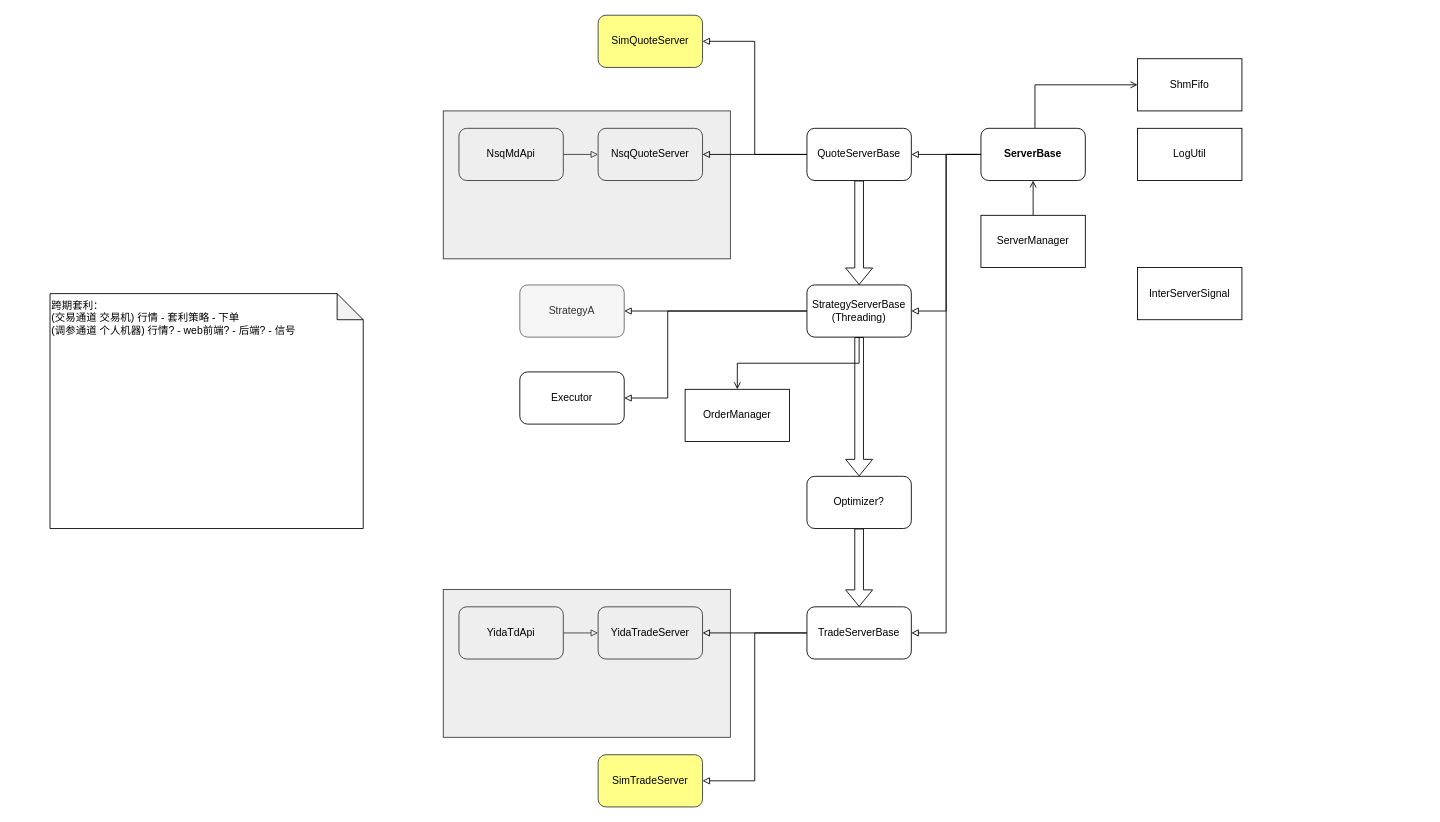
This is page "Framework" (1 of 2) of hft_framework.drawio from mistyeye11/drawio, a draw.io file, before an edit. Source tidied: cells renumbered, new cells numbered last; positions are measured from the earlier drawing's top-left corner, leaving out a move shared by most shapes. Both pictures are drawn from the tidied source at 87%, with x=0, y=0 at pixel (50, 15).
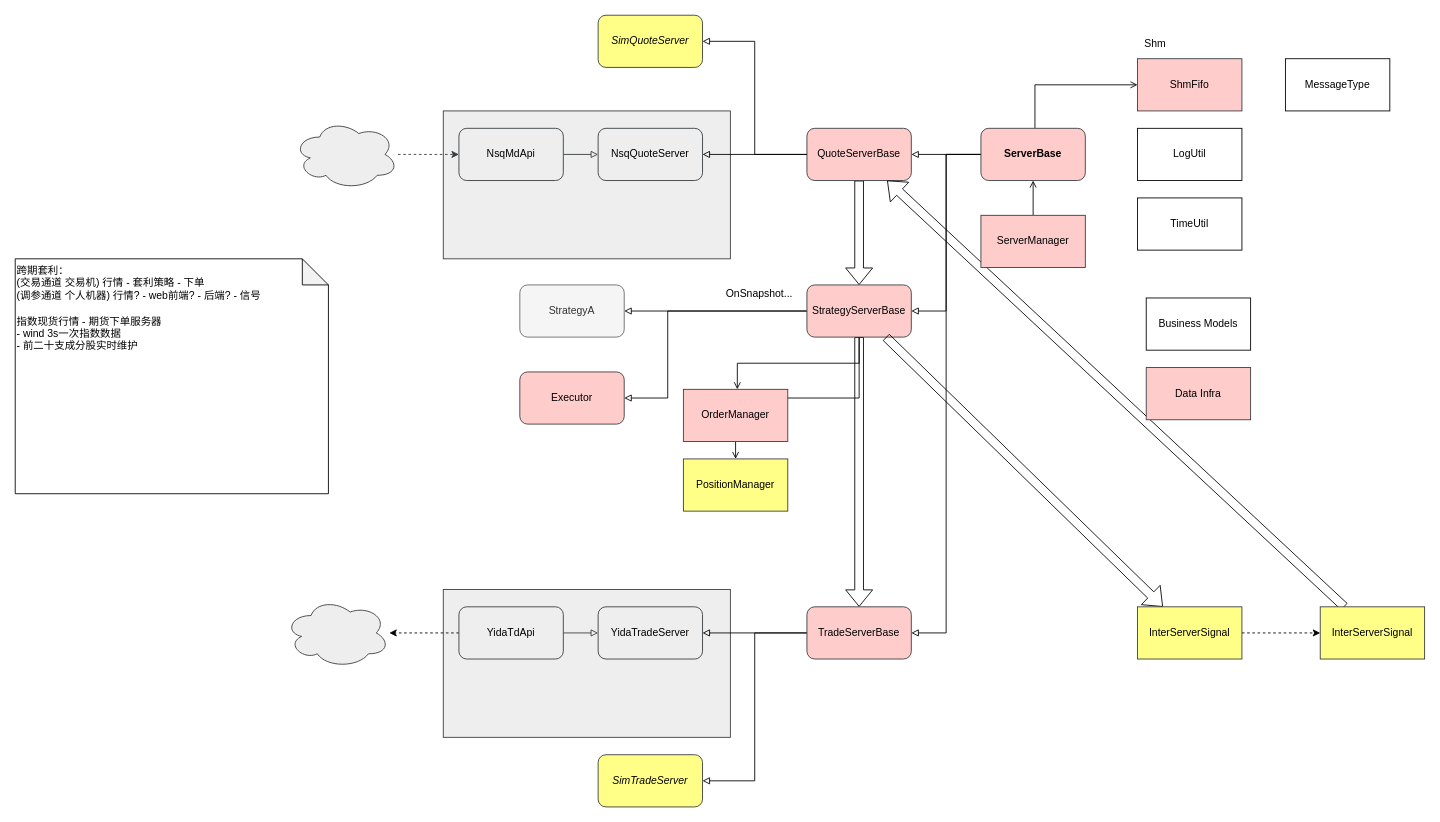
Above is the later version.

The change refers to these unchanged cells:
```xml
<mxCell id="6" value="NsqMdApi" style="rounded=1;whiteSpace=wrap;html=1;fillColor=#eeeeee;strokeColor=#36393d;" parent="1" vertex="1">
  <mxGeometry x="470" y="130" width="120" height="60" as="geometry" />
</mxCell>
<mxCell id="35" value="YidaTdApi" style="rounded=1;whiteSpace=wrap;html=1;fillColor=#eeeeee;strokeColor=#36393d;" parent="1" vertex="1">
  <mxGeometry x="470" y="680" width="120" height="60" as="geometry" />
</mxCell>
```

Change to the diagram source:
```diff
@@
+    <mxCell id="40" style="edgeStyle=orthogonalEdgeStyle;rounded=0;jettySize=auto;html=1;dashed=1;" parent="1" edge="1" source="35" target="53">
+      <mxGeometry relative="1" as="geometry" />
+    </mxCell>
@@
-    <mxCell id="4" value="ShmFifo" style="rounded=0;whiteSpace=wrap;html=1;" parent="1" vertex="1">
+    <mxCell id="4" value="ShmFifo" style="rounded=0;whiteSpace=wrap;html=1;fillColor=#ffcccc;strokeColor=#36393d;" parent="1" vertex="1">
       <mxGeometry x="1250" y="50" width="120" height="60" as="geometry" />
     </mxCell>
@@
-    <mxCell id="9" value="QuoteServerBase" style="rounded=1;whiteSpace=wrap;html=1;" parent="1" vertex="1">
+    <mxCell id="9" value="QuoteServerBase" style="rounded=1;whiteSpace=wrap;html=1;fillColor=#ffcccc;strokeColor=#36393d;" parent="1" vertex="1">
       <mxGeometry x="870" y="130" width="120" height="60" as="geometry" />
     </mxCell>
@@
-    <mxCell id="14" value="ServerBase" style="rounded=1;whiteSpace=wrap;html=1;fontStyle=1;" parent="1" vertex="1">
+    <mxCell id="14" value="ServerBase" style="rounded=1;whiteSpace=wrap;html=1;fontStyle=1;fillColor=#ffcccc;strokeColor=#36393d;" parent="1" vertex="1">
       <mxGeometry x="1070" y="130" width="120" height="60" as="geometry" />
     </mxCell>
@@
-    <mxCell id="19" style="edgeStyle=orthogonalEdgeStyle;rounded=0;jettySize=auto;html=1;exitX=0.5;exitY=1;exitDx=0;exitDy=0;shape=flexArrow;" parent="1" edge="1" source="20" target="31">
+    <mxCell id="19" style="edgeStyle=orthogonalEdgeStyle;rounded=0;jettySize=auto;html=1;exitX=0.5;exitY=1;exitDx=0;exitDy=0;shape=flexArrow;" parent="1" edge="1" source="20" target="26">
       <mxGeometry relative="1" as="geometry" />
     </mxCell>
+    <mxCell id="41" style="edgeStyle=orthogonalEdgeStyle;rounded=0;jettySize=auto;html=1;exitX=0.5;exitY=1;exitDx=0;exitDy=0;endArrow=open;endFill=0;" parent="1" edge="1" source="20" target="51">
+      <mxGeometry relative="1" as="geometry" />
+    </mxCell>
-    <mxCell id="20" value="StrategyServerBase&lt;div&gt;(Threading)&lt;/div&gt;" style="rounded=1;whiteSpace=wrap;html=1;" parent="1" vertex="1">
+    <mxCell id="20" value="StrategyServerBase" style="rounded=1;whiteSpace=wrap;html=1;fillColor=#ffcccc;strokeColor=#36393d;" parent="1" vertex="1">
       <mxGeometry x="870" y="310" width="120" height="60" as="geometry" />
     </mxCell>
@@
-    <mxCell id="23" value="Executor" style="rounded=1;whiteSpace=wrap;html=1;" parent="1" vertex="1">
+    <mxCell id="23" value="Executor" style="rounded=1;whiteSpace=wrap;html=1;fillColor=#ffcccc;strokeColor=#36393d;" parent="1" vertex="1">
       <mxGeometry x="540" y="410" width="120" height="60" as="geometry" />
     </mxCell>
@@
+    <mxCell id="42" style="rounded=0;jettySize=auto;html=1;shape=flexArrow;" parent="1" edge="1" source="20" target="32">
+      <mxGeometry relative="1" as="geometry" />
+    </mxCell>
-    <mxCell id="26" value="TradeServerBase" style="rounded=1;whiteSpace=wrap;html=1;" parent="1" vertex="1">
+    <mxCell id="26" value="TradeServerBase" style="rounded=1;whiteSpace=wrap;html=1;fillColor=#ffcccc;strokeColor=#36393d;" parent="1" vertex="1">
       <mxGeometry x="870" y="680" width="120" height="60" as="geometry" />
     </mxCell>
-    <mxCell id="27" value="跨期套利：&lt;div&gt;(交易通道 交易机) 行情 - 套利策略 - 下单&lt;/div&gt;&lt;div&gt;(调参通道 个人机器) 行情? - web前端? - 后端? - 信号&lt;/div&gt;&lt;div&gt;&lt;br&gt;&lt;/div&gt;&lt;div&gt;&lt;br&gt;&lt;/div&gt;" style="shape=note;whiteSpace=wrap;html=1;align=left;backgroundOutline=1;darkOpacity=0.05;verticalAlign=top;" parent="1" vertex="1">
-      <mxGeometry y="320" width="360" height="270" as="geometry" />
+    <mxCell id="27" value="跨期套利：&lt;div&gt;(交易通道 交易机) 行情 - 套利策略 - 下单&lt;/div&gt;&lt;div&gt;(调参通道 个人机器) 行情? - web前端? - 后端? - 信号&lt;/div&gt;&lt;div&gt;&lt;br&gt;&lt;/div&gt;&lt;div&gt;指数现货行情 - 期货下单服务器&lt;/div&gt;&lt;div&gt;- wind 3s一次指数数据&lt;/div&gt;&lt;div&gt;- 前二十支成分股实时维护&lt;/div&gt;" style="shape=note;whiteSpace=wrap;html=1;align=left;backgroundOutline=1;darkOpacity=0.05;verticalAlign=top;" parent="1" vertex="1">
+      <mxGeometry x="-40" y="280" width="360" height="270" as="geometry" />
     </mxCell>
-    <mxCell id="28" value="SimQuoteServer" style="rounded=1;whiteSpace=wrap;html=1;fillColor=#ffff88;strokeColor=#36393d;" parent="1" vertex="1">
+    <mxCell id="28" value="SimQuoteServer" style="rounded=1;whiteSpace=wrap;html=1;fillColor=#ffff88;strokeColor=#36393d;fontStyle=2;" parent="1" vertex="1">
       <mxGeometry x="630" width="120" height="60" as="geometry" />
     </mxCell>
@@
-    <mxCell id="30" style="edgeStyle=orthogonalEdgeStyle;rounded=0;jettySize=auto;html=1;shape=flexArrow;" parent="1" edge="1" source="31" target="26">
-      <mxGeometry relative="1" as="geometry" />
-    </mxCell>
-    <mxCell id="31" value="Optimizer?" style="rounded=1;whiteSpace=wrap;html=1;" parent="1" vertex="1">
-      <mxGeometry x="870" y="530" width="120" height="60" as="geometry" />
-    </mxCell>
+    <mxCell id="43" style="rounded=0;jettySize=auto;html=1;shape=flexArrow;" parent="1" edge="1" source="54" target="9">
+      <mxGeometry relative="1" as="geometry" />
+    </mxCell>
+    <mxCell id="44" style="edgeStyle=orthogonalEdgeStyle;rounded=0;jettySize=auto;html=1;dashed=1;" parent="1" edge="1" source="32" target="54">
+      <mxGeometry relative="1" as="geometry" />
+    </mxCell>
-    <mxCell id="32" value="InterServerSignal" style="rounded=0;whiteSpace=wrap;html=1;" parent="1" vertex="1">
-      <mxGeometry x="1250" y="290" width="120" height="60" as="geometry" />
+    <mxCell id="32" value="InterServerSignal" style="rounded=0;whiteSpace=wrap;html=1;fillColor=#ffff88;strokeColor=#36393d;" parent="1" vertex="1">
+      <mxGeometry x="1250" y="680" width="120" height="60" as="geometry" />
     </mxCell>
-    <mxCell id="33" value="OrderManager" style="rounded=0;whiteSpace=wrap;html=1;" parent="1" vertex="1">
-      <mxGeometry x="730" y="430" width="120" height="60" as="geometry" />
+    <mxCell id="33" value="OrderManager" style="rounded=0;whiteSpace=wrap;html=1;fillColor=#ffcccc;strokeColor=#36393d;" parent="1" vertex="1">
+      <mxGeometry x="728" y="430" width="120" height="60" as="geometry" />
     </mxCell>
@@
-    <mxCell id="37" value="SimTradeServer" style="rounded=1;whiteSpace=wrap;html=1;fillColor=#ffff88;strokeColor=#36393d;" parent="1" vertex="1">
+    <mxCell id="37" value="SimTradeServer" style="rounded=1;whiteSpace=wrap;html=1;fillColor=#ffff88;strokeColor=#36393d;fontStyle=2;" parent="1" vertex="1">
       <mxGeometry x="630" y="850" width="120" height="60" as="geometry" />
     </mxCell>
@@
-    <mxCell id="39" value="ServerManager" style="rounded=0;whiteSpace=wrap;html=1;" parent="1" vertex="1">
+    <mxCell id="39" value="ServerManager" style="rounded=0;whiteSpace=wrap;html=1;fillColor=#ffcccc;strokeColor=#36393d;" parent="1" vertex="1">
       <mxGeometry x="1070" y="230" width="120" height="60" as="geometry" />
     </mxCell>
+    <mxCell id="45" style="edgeStyle=orthogonalEdgeStyle;rounded=0;jettySize=auto;html=1;fillColor=#eeeeee;strokeColor=#36393d;dashed=1;" parent="1" edge="1" source="46" target="6">
+      <mxGeometry relative="1" as="geometry" />
+    </mxCell>
+    <mxCell id="46" style="ellipse;shape=cloud;whiteSpace=wrap;html=1;fillColor=#eeeeee;strokeColor=#36393d;" parent="1" vertex="1">
+      <mxGeometry x="280" y="120" width="120" height="80" as="geometry" />
+    </mxCell>
+    <mxCell id="47" value="Business Models" style="rounded=0;whiteSpace=wrap;html=1;" parent="1" vertex="1">
+      <mxGeometry x="1260" y="325" width="120" height="60" as="geometry" />
+    </mxCell>
+    <mxCell id="48" value="Data Infra" style="rounded=0;whiteSpace=wrap;html=1;fillColor=#ffcccc;strokeColor=#36393d;" parent="1" vertex="1">
+      <mxGeometry x="1260" y="405" width="120" height="60" as="geometry" />
+    </mxCell>
+    <mxCell id="49" value="MessageType" style="rounded=0;whiteSpace=wrap;html=1;" parent="1" vertex="1">
+      <mxGeometry x="1420" y="50" width="120" height="60" as="geometry" />
+    </mxCell>
+    <mxCell id="50" value="OnSnapshot..." style="text;html=1;align=center;verticalAlign=middle;strokeColor=none;fillColor=none;" parent="1" vertex="1">
+      <mxGeometry x="765" y="305" width="100" height="30" as="geometry" />
+    </mxCell>
+    <mxCell id="51" value="PositionManager" style="rounded=0;whiteSpace=wrap;html=1;fillColor=#ffff88;strokeColor=#36393d;" parent="1" vertex="1">
+      <mxGeometry x="728" y="510" width="120" height="60" as="geometry" />
+    </mxCell>
+    <mxCell id="52" value="Shm" style="text;html=1;align=center;verticalAlign=middle;strokeColor=none;fillColor=none;" parent="1" vertex="1">
+      <mxGeometry x="1245" y="18" width="50" height="30" as="geometry" />
+    </mxCell>
+    <mxCell id="53" style="ellipse;shape=cloud;whiteSpace=wrap;html=1;fillColor=#eeeeee;strokeColor=#36393d;" parent="1" vertex="1">
+      <mxGeometry x="270" y="670" width="120" height="80" as="geometry" />
+    </mxCell>
+    <mxCell id="54" value="InterServerSignal" style="rounded=0;whiteSpace=wrap;html=1;fillColor=#ffff88;strokeColor=#36393d;" parent="1" vertex="1">
+      <mxGeometry x="1460" y="680" width="120" height="60" as="geometry" />
+    </mxCell>
+    <mxCell id="55" value="TimeUtil" style="rounded=0;whiteSpace=wrap;html=1;" parent="1" vertex="1">
+      <mxGeometry x="1250" y="210" width="120" height="60" as="geometry" />
+    </mxCell>
```
